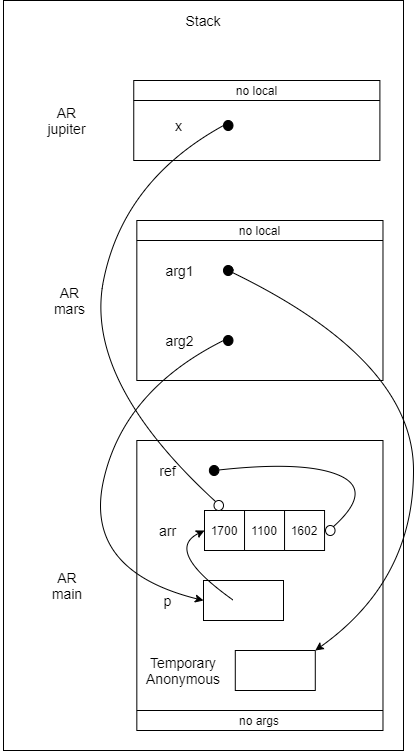
Before: lab3exe_A2.png, a diagram exported from draw.io (meng-ucalgary/ensf-614-assignment-3). Source tidied: cells renumbered, new cells last; positions are measured from the earlier drawing's top-left corner, leaving out a move shared by most shapes. The source it was exported from:
```xml
<mxGraphModel>
  <root>
    <mxCell id="0" />
    <mxCell id="1" parent="0" />
    <mxCell id="2" style="rounded=0;whiteSpace=wrap;html=1;hachureGap=4;" parent="1" vertex="1">
      <mxGeometry x="3" width="400" height="750" as="geometry" />
    </mxCell>
    <mxCell id="3" value="Stack" style="text;html=1;strokeColor=none;fillColor=none;align=center;verticalAlign=middle;whiteSpace=wrap;rounded=0;fontSize=14;" parent="1" vertex="1">
      <mxGeometry x="162" width="82.1" height="40" as="geometry" />
    </mxCell>
    <mxCell id="4" value="AR&lt;br style=&quot;font-size: 14px&quot;&gt;main" style="text;html=1;strokeColor=none;fillColor=none;align=center;verticalAlign=middle;whiteSpace=wrap;rounded=0;fontSize=14;" parent="1" vertex="1">
      <mxGeometry x="25.6" y="565" width="82.1" height="40" as="geometry" />
    </mxCell>
    <mxCell id="5" value="AR&lt;br&gt;mars" style="text;html=1;strokeColor=none;fillColor=none;align=center;verticalAlign=middle;whiteSpace=wrap;rounded=0;fontSize=14;" parent="1" vertex="1">
      <mxGeometry x="3" y="280" width="133.3" height="40" as="geometry" />
    </mxCell>
    <mxCell id="6" style="rounded=0;whiteSpace=wrap;html=1;" parent="1" vertex="1">
      <mxGeometry x="136.3" y="220" width="246.2" height="160" as="geometry" />
    </mxCell>
    <mxCell id="7" style="endArrow=none;html=1;" parent="1" edge="1">
      <mxGeometry x="333.3" y="140" as="geometry">
        <mxPoint x="136.3" y="240" as="sourcePoint" />
        <mxPoint x="382.5" y="240" as="targetPoint" />
      </mxGeometry>
    </mxCell>
    <mxCell id="8" value="arg2" style="text;html=1;strokeColor=none;fillColor=none;align=center;verticalAlign=middle;whiteSpace=wrap;rounded=0;fontSize=14;" parent="1" vertex="1">
      <mxGeometry x="154.8" y="330" width="49.2" height="20" as="geometry" />
    </mxCell>
    <mxCell id="9" value="no local" style="text;html=1;strokeColor=none;fillColor=none;align=center;verticalAlign=middle;whiteSpace=wrap;rounded=0;" parent="1" vertex="1">
      <mxGeometry x="204" y="220" width="110.8" height="20" as="geometry" />
    </mxCell>
    <mxCell id="10" value="arg1" style="text;html=1;strokeColor=none;fillColor=none;align=center;verticalAlign=middle;whiteSpace=wrap;rounded=0;fontSize=14;" parent="1" vertex="1">
      <mxGeometry x="154.8" y="260" width="49.2" height="20" as="geometry" />
    </mxCell>
    <mxCell id="11" style="rounded=0;whiteSpace=wrap;html=1;" parent="1" vertex="1">
      <mxGeometry x="136.3" y="440" width="246.2" height="290" as="geometry" />
    </mxCell>
    <mxCell id="12" value="arr" style="text;html=1;strokeColor=none;fillColor=none;align=center;verticalAlign=middle;whiteSpace=wrap;rounded=0;fontSize=14;" parent="1" vertex="1">
      <mxGeometry x="146.6" y="520" width="41" height="20" as="geometry" />
    </mxCell>
    <mxCell id="13" value="no args" style="text;html=1;strokeColor=none;fillColor=none;align=center;verticalAlign=middle;whiteSpace=wrap;rounded=0;" parent="1" vertex="1">
      <mxGeometry x="213.3" y="710" width="92.3" height="20" as="geometry" />
    </mxCell>
    <mxCell id="14" value="ref" style="text;html=1;strokeColor=none;fillColor=none;align=center;verticalAlign=middle;whiteSpace=wrap;rounded=0;fontSize=14;" parent="1" vertex="1">
      <mxGeometry x="146.6" y="460" width="41" height="20" as="geometry" />
    </mxCell>
    <mxCell id="15" style="group;" parent="1" vertex="1">
      <mxGeometry x="203" y="510" width="122.1" height="40" as="geometry" />
    </mxCell>
    <mxCell id="16" value="1700" style="whiteSpace=wrap;html=1;" parent="15" vertex="1">
      <mxGeometry x="1" width="40" height="40" as="geometry" />
    </mxCell>
    <mxCell id="17" value="1100" style="whiteSpace=wrap;html=1;" parent="15" vertex="1">
      <mxGeometry x="41" width="40" height="40" as="geometry" />
    </mxCell>
    <mxCell id="18" value="1602" style="whiteSpace=wrap;html=1;" parent="15" vertex="1">
      <mxGeometry x="81.1" width="40" height="40" as="geometry" />
    </mxCell>
    <mxCell id="19" style="ellipse;whiteSpace=wrap;html=1;strokeColor=#000000;strokeWidth=1;fillColor=default;gradientColor=none;" parent="1" vertex="1">
      <mxGeometry x="325" y="525" width="9.5" height="10" as="geometry" />
    </mxCell>
    <mxCell id="20" style="curved=1;endArrow=none;html=1;fontSize=14;endFill=0;startArrow=none;entryX=1;entryY=0;entryDx=0;entryDy=0;" parent="1" edge="1" source="21" target="19">
      <mxGeometry x="118" y="240" as="geometry">
        <Array as="points">
          <mxPoint x="305" y="460" />
          <mxPoint x="373" y="490" />
        </Array>
      </mxGeometry>
    </mxCell>
    <mxCell id="21" style="ellipse;whiteSpace=wrap;html=1;strokeColor=#000000;strokeWidth=1;fillColor=#000000;gradientColor=none;" parent="1" vertex="1">
      <mxGeometry x="208.9" y="465" width="9.5" height="10" as="geometry" />
    </mxCell>
    <mxCell id="22" style="curved=1;endArrow=none;html=1;fontSize=14;endFill=0;" parent="1" edge="1" target="21">
      <mxGeometry x="118" y="240" as="geometry">
        <mxPoint x="218.4" y="470" as="sourcePoint" />
      </mxGeometry>
    </mxCell>
    <mxCell id="23" style="curved=1;endArrow=classic;html=1;fontSize=14;entryX=1;entryY=0;entryDx=0;entryDy=0;startArrow=none;fillColor=#1ba1e2;strokeColor=#000000;strokeWidth=1;" parent="1" edge="1" source="24" target="39">
      <mxGeometry x="128.7" y="40" as="geometry">
        <Array as="points">
          <mxPoint x="413" y="360" />
          <mxPoint x="413" y="580" />
        </Array>
      </mxGeometry>
    </mxCell>
    <mxCell id="24" style="ellipse;whiteSpace=wrap;html=1;strokeColor=#000000;strokeWidth=1;fillColor=#000000;gradientColor=none;" parent="1" vertex="1">
      <mxGeometry x="223" y="265" width="9.5" height="10" as="geometry" />
    </mxCell>
    <mxCell id="25" style="curved=1;endArrow=none;html=1;fontSize=14;entryX=1;entryY=0;entryDx=0;entryDy=0;" parent="1" edge="1" target="24">
      <mxGeometry x="128.7" y="40" as="geometry">
        <mxPoint x="233" y="270" as="sourcePoint" />
      </mxGeometry>
    </mxCell>
    <mxCell id="26" style="curved=1;endArrow=classic;html=1;fontSize=14;entryX=0;entryY=0.5;entryDx=0;entryDy=0;startArrow=none;exitX=0;exitY=0.5;exitDx=0;exitDy=0;" parent="1" edge="1" source="41" target="33">
      <mxGeometry x="-180.6" y="128.6" as="geometry">
        <Array as="points">
          <mxPoint x="123" y="390" />
          <mxPoint x="83" y="570" />
        </Array>
      </mxGeometry>
    </mxCell>
    <mxCell id="27" value="AR&lt;br&gt;jupiter" style="text;html=1;strokeColor=none;fillColor=none;align=center;verticalAlign=middle;whiteSpace=wrap;rounded=0;fontSize=14;" parent="1" vertex="1">
      <mxGeometry x="-0.1" y="100" width="133.3" height="40" as="geometry" />
    </mxCell>
    <mxCell id="28" style="rounded=0;whiteSpace=wrap;html=1;" parent="1" vertex="1">
      <mxGeometry x="133.2" y="80" width="246.2" height="80" as="geometry" />
    </mxCell>
    <mxCell id="29" value="no local" style="text;html=1;strokeColor=none;fillColor=none;align=center;verticalAlign=middle;whiteSpace=wrap;rounded=0;" parent="1" vertex="1">
      <mxGeometry x="200.9" y="80" width="110.8" height="20" as="geometry" />
    </mxCell>
    <mxCell id="30" style="endArrow=none;html=1;" parent="1" edge="1">
      <mxGeometry x="330.2" as="geometry">
        <mxPoint x="133.2" y="100" as="sourcePoint" />
        <mxPoint x="379.4" y="100" as="targetPoint" />
      </mxGeometry>
    </mxCell>
    <mxCell id="31" style="ellipse;whiteSpace=wrap;html=1;strokeColor=#000000;strokeWidth=1;fillColor=#000000;gradientColor=none;" parent="1" vertex="1">
      <mxGeometry x="223" y="120" width="9.5" height="10" as="geometry" />
    </mxCell>
    <mxCell id="32" value="x" style="text;html=1;strokeColor=none;fillColor=none;align=center;verticalAlign=middle;whiteSpace=wrap;rounded=0;fontSize=14;" parent="1" vertex="1">
      <mxGeometry x="153.8" y="115" width="49.2" height="20" as="geometry" />
    </mxCell>
    <mxCell id="33" style="rounded=0;whiteSpace=wrap;html=1;" parent="1" vertex="1">
      <mxGeometry x="203" y="580" width="80" height="40" as="geometry" />
    </mxCell>
    <mxCell id="34" style="endArrow=none;html=1;" parent="1" edge="1">
      <mxGeometry x="174.4" y="430" as="geometry">
        <mxPoint x="136.3" y="710" as="sourcePoint" />
        <mxPoint x="382.5" y="710" as="targetPoint" />
      </mxGeometry>
    </mxCell>
    <mxCell id="35" value="p" style="text;html=1;strokeColor=none;fillColor=none;align=center;verticalAlign=middle;whiteSpace=wrap;rounded=0;fontSize=14;" parent="1" vertex="1">
      <mxGeometry x="146.6" y="590" width="41" height="20" as="geometry" />
    </mxCell>
    <mxCell id="36" style="curved=1;endArrow=classic;html=1;fontSize=14;endFill=1;startArrow=none;entryX=0;entryY=0.5;entryDx=0;entryDy=0;" parent="1" edge="1" target="16">
      <mxGeometry x="132.1" y="370" as="geometry">
        <mxPoint x="232.5" y="599.5" as="sourcePoint" />
        <Array as="points">
          <mxPoint x="163" y="550" />
        </Array>
      </mxGeometry>
    </mxCell>
    <mxCell id="37" style="curved=1;endArrow=none;html=1;fontSize=14;endFill=0;startArrow=none;exitX=0;exitY=0.5;exitDx=0;exitDy=0;entryX=0;entryY=0;entryDx=0;entryDy=0;fillColor=#d80073;strokeColor=#000000;strokeWidth=1;" parent="1" edge="1" source="31" target="38">
      <mxGeometry x="-81.5" y="-50" as="geometry">
        <Array as="points">
          <mxPoint x="123" y="180" />
          <mxPoint x="83" y="380" />
        </Array>
      </mxGeometry>
    </mxCell>
    <mxCell id="38" style="ellipse;whiteSpace=wrap;html=1;strokeColor=#000000;strokeWidth=1;fillColor=default;gradientColor=none;" parent="1" vertex="1">
      <mxGeometry x="213.5" y="500" width="9.5" height="10" as="geometry" />
    </mxCell>
    <mxCell id="39" style="rounded=0;whiteSpace=wrap;html=1;" parent="1" vertex="1">
      <mxGeometry x="234.8" y="650" width="80" height="40" as="geometry" />
    </mxCell>
    <mxCell id="40" value="Temporary&lt;br&gt;Anonymous" style="text;html=1;strokeColor=none;fillColor=none;align=center;verticalAlign=middle;whiteSpace=wrap;rounded=0;fontSize=14;" parent="1" vertex="1">
      <mxGeometry x="138" y="650" width="90" height="40" as="geometry" />
    </mxCell>
    <mxCell id="41" style="ellipse;whiteSpace=wrap;html=1;strokeColor=#000000;strokeWidth=1;fillColor=#000000;gradientColor=none;" parent="1" vertex="1">
      <mxGeometry x="223" y="335" width="9.5" height="10" as="geometry" />
    </mxCell>
  </root>
</mxGraphModel>
```
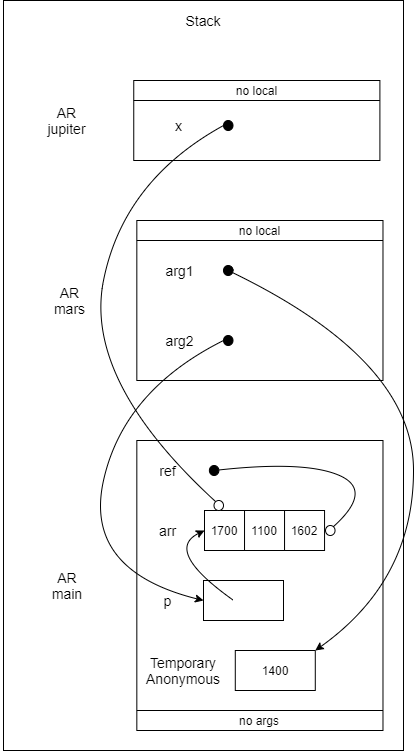
After the change.

Change to the diagram source:
```diff
@@ -151,7 +151,7 @@
     <mxCell id="38" style="ellipse;whiteSpace=wrap;html=1;strokeColor=#000000;strokeWidth=1;fillColor=default;gradientColor=none;" parent="1" vertex="1">
       <mxGeometry x="213.5" y="500" width="9.5" height="10" as="geometry" />
     </mxCell>
-    <mxCell id="39" style="rounded=0;whiteSpace=wrap;html=1;" parent="1" vertex="1">
+    <mxCell id="39" value="1400" style="rounded=0;whiteSpace=wrap;html=1;" parent="1" vertex="1">
       <mxGeometry x="234.8" y="650" width="80" height="40" as="geometry" />
     </mxCell>
     <mxCell id="40" value="Temporary&lt;br&gt;Anonymous" style="text;html=1;strokeColor=none;fillColor=none;align=center;verticalAlign=middle;whiteSpace=wrap;rounded=0;fontSize=14;" parent="1" vertex="1">
```
